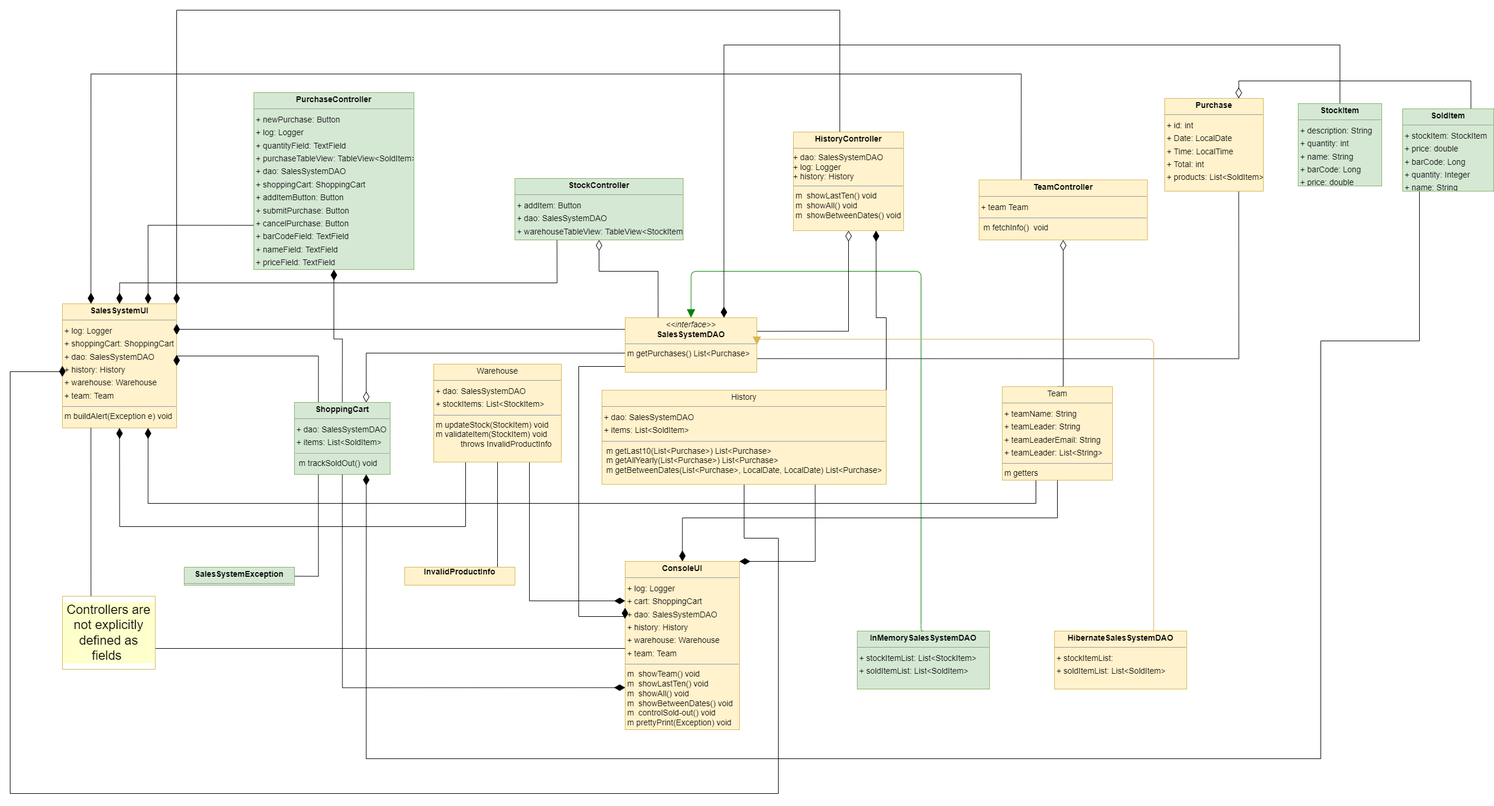
This is domainModel.png from NickPoint/POS-system, a draw.io export, as it was before one commit. Source tidied: cells renumbered, new cells last; positions are measured from the earlier drawing's top-left corner, leaving out a move shared by most shapes.
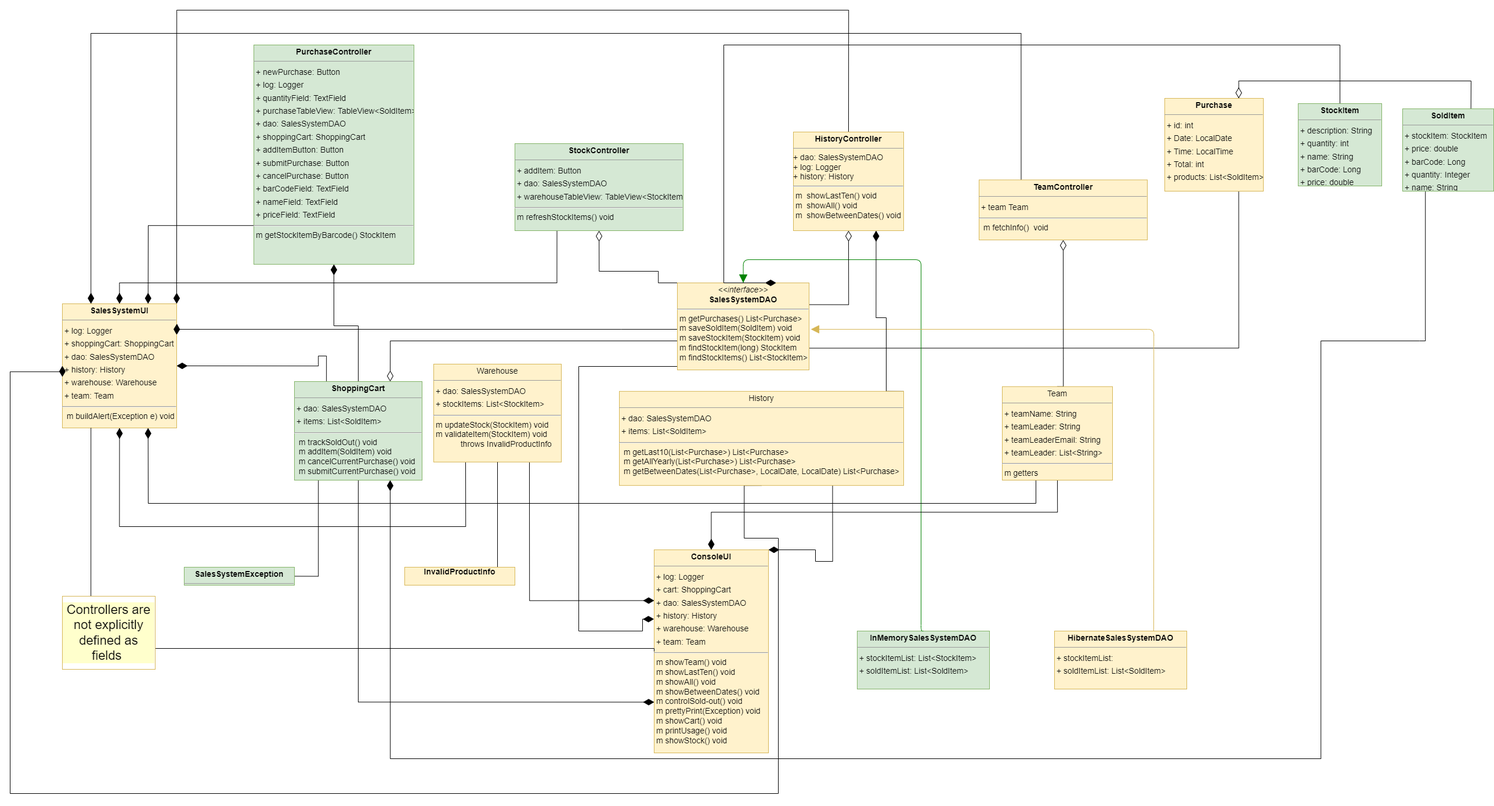
After the change.

Commit message:
Domain model is updated

Diff of the diagram source:
```diff
@@ -4,4 +4,4 @@
     <mxCell id="1" parent="0" />
-    <mxCell id="2" value="&lt;p style=&quot;margin:0px;margin-top:4px;text-align:center;&quot;&gt;&lt;b&gt;ConsoleUI&lt;/b&gt;&lt;/p&gt;&lt;hr size=&quot;1&quot;&gt;&lt;p style=&quot;margin:0 0 0 4px;line-height:1.6;&quot;&gt;+ log: Logger&lt;br&gt;+ cart: ShoppingCart&lt;br&gt;+ dao: SalesSystemDAO&lt;/p&gt;&lt;p style=&quot;margin:0 0 0 4px;line-height:1.6;&quot;&gt;+ history: History&lt;br&gt;+ warehouse: Warehouse&lt;/p&gt;&lt;p style=&quot;margin:0 0 0 4px;line-height:1.6;&quot;&gt;+ t&lt;span style=&quot;background-color: initial;&quot;&gt;eam: Team&lt;/span&gt;&lt;/p&gt;&lt;hr&gt;&amp;nbsp;m&amp;nbsp; showTeam() void&lt;br&gt;&amp;nbsp;m&amp;nbsp; showLastTen() void&lt;br&gt;&amp;nbsp;m&amp;nbsp; showAll() void&lt;br&gt;&amp;nbsp;m&amp;nbsp; showBetweenDates() void&lt;br&gt;&amp;nbsp;m&amp;nbsp; controlSold-out() void&lt;br&gt;&amp;nbsp;m prettyPrint(Exception) void" style="verticalAlign=top;align=left;overflow=fill;fontSize=14;fontFamily=Helvetica;html=1;rounded=0;shadow=0;comic=0;labelBackgroundColor=none;strokeWidth=1;fillColor=#fff2cc;strokeColor=#d6b656;" parent="1" vertex="1">
-      <mxGeometry x="1060" y="950" width="197" height="290" as="geometry" />
+    <mxCell id="2" value="&lt;p style=&quot;margin:0px;margin-top:4px;text-align:center;&quot;&gt;&lt;b&gt;ConsoleUI&lt;/b&gt;&lt;/p&gt;&lt;hr size=&quot;1&quot;&gt;&lt;p style=&quot;margin:0 0 0 4px;line-height:1.6;&quot;&gt;+ log: Logger&lt;br&gt;+ cart: ShoppingCart&lt;br&gt;+ dao: SalesSystemDAO&lt;/p&gt;&lt;p style=&quot;margin:0 0 0 4px;line-height:1.6;&quot;&gt;+ history: History&lt;br&gt;+ warehouse: Warehouse&lt;/p&gt;&lt;p style=&quot;margin:0 0 0 4px;line-height:1.6;&quot;&gt;+ t&lt;span style=&quot;background-color: initial;&quot;&gt;eam: Team&lt;/span&gt;&lt;/p&gt;&lt;hr&gt;&amp;nbsp;m showTeam() void&lt;br&gt;&amp;nbsp;m showLastTen() void&lt;br&gt;&amp;nbsp;m showAll() void&lt;br&gt;&amp;nbsp;m showBetweenDates() void&lt;br&gt;&amp;nbsp;m controlSold-out() void&lt;br&gt;&amp;nbsp;m prettyPrint(Exception) void&lt;br&gt;&amp;nbsp;m showCart() void&lt;br&gt;&amp;nbsp;m printUsage() void&amp;nbsp;&lt;br&gt;&amp;nbsp;m showStock() void" style="verticalAlign=top;align=left;overflow=fill;fontSize=14;fontFamily=Helvetica;html=1;rounded=0;shadow=0;comic=0;labelBackgroundColor=none;strokeWidth=1;fillColor=#fff2cc;strokeColor=#d6b656;" parent="1" vertex="1">
+      <mxGeometry x="1110" y="930" width="197" height="350" as="geometry" />
     </mxCell>
@@ -10,3 +10,3 @@
         <Array as="points">
-          <mxPoint x="1430" />
+          <mxPoint x="1445" />
           <mxPoint x="287" />
@@ -28,4 +28,4 @@
     </mxCell>
-    <mxCell id="7" value="&lt;p style=&quot;margin:0px;margin-top:4px;text-align:center;&quot;&gt;&lt;b&gt;PurchaseController&lt;/b&gt;&lt;/p&gt;&lt;hr size=&quot;1&quot;/&gt;&lt;p style=&quot;margin:0 0 0 4px;line-height:1.6;&quot;&gt;+ newPurchase: Button&lt;br/&gt;+ log: Logger&lt;br/&gt;+ quantityField: TextField&lt;br/&gt;+ purchaseTableView: TableView&amp;lt;SoldItem&amp;gt;&lt;br/&gt;+ dao: SalesSystemDAO&lt;br/&gt;+ shoppingCart: ShoppingCart&lt;br/&gt;+ addItemButton: Button&lt;br/&gt;+ submitPurchase: Button&lt;br/&gt;+ cancelPurchase: Button&lt;br/&gt;+ barCodeField: TextField&lt;br/&gt;+ nameField: TextField&lt;br/&gt;+ priceField: TextField&lt;/p&gt;" style="verticalAlign=top;align=left;overflow=fill;fontSize=14;fontFamily=Helvetica;html=1;rounded=0;shadow=0;comic=0;labelBackgroundColor=none;strokeWidth=1;fillColor=#d5e8d4;strokeColor=#82b366;" parent="1" vertex="1">
-      <mxGeometry x="420" y="142" width="276" height="305" as="geometry" />
+    <mxCell id="7" value="&lt;p style=&quot;margin:0px;margin-top:4px;text-align:center;&quot;&gt;&lt;b&gt;PurchaseController&lt;/b&gt;&lt;/p&gt;&lt;hr size=&quot;1&quot;&gt;&lt;p style=&quot;margin:0 0 0 4px;line-height:1.6;&quot;&gt;+ newPurchase: Button&lt;br&gt;+ log: Logger&lt;br&gt;+ quantityField: TextField&lt;br&gt;+ purchaseTableView: TableView&amp;lt;SoldItem&amp;gt;&lt;br&gt;+ dao: SalesSystemDAO&lt;br&gt;+ shoppingCart: ShoppingCart&lt;br&gt;+ addItemButton: Button&lt;br&gt;+ submitPurchase: Button&lt;br&gt;+ cancelPurchase: Button&lt;br&gt;+ barCodeField: TextField&lt;br&gt;+ nameField: TextField&lt;br&gt;+ priceField: TextField&lt;/p&gt;&lt;hr&gt;&amp;nbsp;m getStockItemByBarcode() StockItem&lt;p style=&quot;margin:0 0 0 4px;line-height:1.6;&quot;&gt;&lt;br&gt;&lt;/p&gt;" style="verticalAlign=top;align=left;overflow=fill;fontSize=14;fontFamily=Helvetica;html=1;rounded=0;shadow=0;comic=0;labelBackgroundColor=none;strokeWidth=1;fillColor=#d5e8d4;strokeColor=#82b366;" parent="1" vertex="1">
+      <mxGeometry x="420" y="60" width="276" height="378" as="geometry" />
     </mxCell>
@@ -41,3 +41,3 @@
     </mxCell>
-    <mxCell id="10" value="&lt;p style=&quot;margin:0px;margin-top:4px;text-align:center;&quot;&gt;&lt;b&gt;SalesSystemUI&lt;/b&gt;&lt;/p&gt;&lt;hr size=&quot;1&quot;&gt;&lt;p style=&quot;margin:0 0 0 4px;line-height:1.6;&quot;&gt;+ log: Logger&lt;br&gt;+ shoppingCart: ShoppingCart&lt;br&gt;+ dao: SalesSystemDAO&lt;/p&gt;&lt;p style=&quot;margin: 0px 0px 0px 4px; line-height: 1.6;&quot;&gt;&lt;span style=&quot;background-color: initial;&quot;&gt;+ history: History&lt;/span&gt;&lt;/p&gt;&lt;p style=&quot;margin: 0px 0px 0px 4px; line-height: 1.6;&quot;&gt;+ warehouse: Warehouse&lt;/p&gt;&lt;p style=&quot;margin: 0px 0px 0px 4px; line-height: 1.6;&quot;&gt;+ team: Team&lt;/p&gt;&lt;hr&gt;&amp;nbsp;m buildAlert(Exception e) void" style="verticalAlign=top;align=left;overflow=fill;fontSize=14;fontFamily=Helvetica;html=1;rounded=0;shadow=0;comic=0;labelBackgroundColor=none;strokeWidth=1;fillColor=#fff2cc;strokeColor=#d6b656;" parent="1" vertex="1">
+    <mxCell id="10" value="&lt;p style=&quot;margin:0px;margin-top:4px;text-align:center;&quot;&gt;&lt;b&gt;SalesSystemUI&lt;/b&gt;&lt;/p&gt;&lt;hr size=&quot;1&quot;&gt;&lt;p style=&quot;margin:0 0 0 4px;line-height:1.6;&quot;&gt;+ log: Logger&lt;br&gt;+ shoppingCart: ShoppingCart&lt;br&gt;+ dao: SalesSystemDAO&lt;/p&gt;&lt;p style=&quot;margin: 0px 0px 0px 4px; line-height: 1.6;&quot;&gt;&lt;span style=&quot;background-color: initial;&quot;&gt;+ history: History&lt;/span&gt;&lt;/p&gt;&lt;p style=&quot;margin: 0px 0px 0px 4px; line-height: 1.6;&quot;&gt;+ warehouse: Warehouse&lt;/p&gt;&lt;p style=&quot;margin: 0px 0px 0px 4px; line-height: 1.6;&quot;&gt;+ team: Team&lt;/p&gt;&lt;hr&gt;&amp;nbsp; m buildAlert(Exception e) void" style="verticalAlign=top;align=left;overflow=fill;fontSize=14;fontFamily=Helvetica;html=1;rounded=0;shadow=0;comic=0;labelBackgroundColor=none;strokeWidth=1;fillColor=#fff2cc;strokeColor=#d6b656;" parent="1" vertex="1">
       <mxGeometry x="90" y="506" width="197" height="214" as="geometry" />
@@ -57,4 +57,4 @@
     </mxCell>
-    <mxCell id="14" value="&lt;p style=&quot;margin:0px;margin-top:4px;text-align:center;&quot;&gt;&lt;b&gt;ShoppingCart&lt;/b&gt;&lt;/p&gt;&lt;hr size=&quot;1&quot;&gt;&lt;p style=&quot;margin:0 0 0 4px;line-height:1.6;&quot;&gt;+ dao: SalesSystemDAO&lt;br&gt;+ items: List&amp;lt;SoldItem&amp;gt;&lt;/p&gt;&lt;hr&gt;&amp;nbsp; m trackSoldOut() void" style="verticalAlign=top;align=left;overflow=fill;fontSize=14;fontFamily=Helvetica;html=1;rounded=0;shadow=0;comic=0;labelBackgroundColor=none;strokeWidth=1;fillColor=#d5e8d4;strokeColor=#82b366;" parent="1" vertex="1">
-      <mxGeometry x="490" y="676" width="165" height="124" as="geometry" />
+    <mxCell id="14" value="&lt;p style=&quot;margin:0px;margin-top:4px;text-align:center;&quot;&gt;&lt;b&gt;ShoppingCart&lt;/b&gt;&lt;/p&gt;&lt;hr size=&quot;1&quot;&gt;&lt;p style=&quot;margin:0 0 0 4px;line-height:1.6;&quot;&gt;+ dao: SalesSystemDAO&lt;br&gt;+ items: List&amp;lt;SoldItem&amp;gt;&lt;/p&gt;&lt;hr&gt;&amp;nbsp; m trackSoldOut() void&lt;br&gt;&amp;nbsp; m addItem(SoldItem) void&lt;br&gt;&amp;nbsp; m cancelCurrentPurchase() void&lt;br&gt;&amp;nbsp; m submitCurrentPurchase() void" style="verticalAlign=top;align=left;overflow=fill;fontSize=14;fontFamily=Helvetica;html=1;rounded=0;shadow=0;comic=0;labelBackgroundColor=none;strokeWidth=1;fillColor=#d5e8d4;strokeColor=#82b366;" parent="1" vertex="1">
+      <mxGeometry x="490" y="640" width="220" height="170" as="geometry" />
     </mxCell>
@@ -84,7 +84,11 @@
     </mxCell>
-    <mxCell id="19" value="&lt;p style=&quot;margin:0px;margin-top:4px;text-align:center;&quot;&gt;&lt;b&gt;StockController&lt;/b&gt;&lt;/p&gt;&lt;hr size=&quot;1&quot;/&gt;&lt;p style=&quot;margin:0 0 0 4px;line-height:1.6;&quot;&gt;+ addItem: Button&lt;br/&gt;+ dao: SalesSystemDAO&lt;br/&gt;+ warehouseTableView: TableView&amp;lt;StockItem&amp;gt;&lt;/p&gt;" style="verticalAlign=top;align=left;overflow=fill;fontSize=14;fontFamily=Helvetica;html=1;rounded=0;shadow=0;comic=0;labelBackgroundColor=none;strokeWidth=1;fillColor=#d5e8d4;strokeColor=#82b366;" parent="1" vertex="1">
-      <mxGeometry x="870" y="290" width="290" height="106" as="geometry" />
+    <mxCell id="19" value="&lt;p style=&quot;margin:0px;margin-top:4px;text-align:center;&quot;&gt;&lt;b&gt;StockController&lt;/b&gt;&lt;/p&gt;&lt;hr size=&quot;1&quot;&gt;&lt;p style=&quot;margin:0 0 0 4px;line-height:1.6;&quot;&gt;+ addItem: Button&lt;br&gt;+ dao: SalesSystemDAO&lt;br&gt;+ warehouseTableView: TableView&amp;lt;StockItem&amp;gt;&lt;/p&gt;&lt;hr&gt;&amp;nbsp;m refreshStockItems() void" style="verticalAlign=top;align=left;overflow=fill;fontSize=14;fontFamily=Helvetica;html=1;rounded=0;shadow=0;comic=0;labelBackgroundColor=none;strokeWidth=1;fillColor=#d5e8d4;strokeColor=#82b366;" parent="1" vertex="1">
+      <mxGeometry x="870" y="230" width="290" height="150" as="geometry" />
     </mxCell>
     <mxCell id="20" style="edgeStyle=orthogonalEdgeStyle;rounded=0;jettySize=auto;html=1;exitX=0.75;exitY=1;exitDx=0;exitDy=0;entryX=1;entryY=0.75;entryDx=0;entryDy=0;strokeColor=#000000;strokeWidth=1;fontSize=22;endArrow=none;endFill=0;endSize=16;" parent="1" edge="1" source="21" target="29">
-      <mxGeometry relative="1" as="geometry" />
+      <mxGeometry relative="1" as="geometry">
+        <Array as="points">
+          <mxPoint x="2118" y="582" />
+        </Array>
+      </mxGeometry>
     </mxCell>
@@ -97,4 +101,4 @@
           <mxPoint x="1570" y="1070" />
-          <mxPoint x="1570" y="450" />
-          <mxPoint x="1174" y="450" />
+          <mxPoint x="1570" y="430" />
+          <mxPoint x="1264" y="430" />
         </Array>
@@ -119,3 +123,4 @@
         <Array as="points">
-          <mxPoint x="614" y="591" />
+          <mxPoint x="1150" y="570" />
+          <mxPoint x="655" y="570" />
         </Array>
@@ -134,4 +139,6 @@
         <Array as="points">
+          <mxPoint x="1207" y="614" />
           <mxPoint x="980" y="614" />
-          <mxPoint x="980" y="1045" />
+          <mxPoint x="980" y="1070" />
+          <mxPoint x="1090" y="1070" />
         </Array>
@@ -139,9 +146,10 @@
     </mxCell>
-    <mxCell id="29" value="&lt;p style=&quot;margin:0px;margin-top:4px;text-align:center;&quot;&gt;&lt;i&gt;&amp;lt;&amp;lt;interface&amp;gt;&amp;gt;&lt;/i&gt;&lt;br&gt;&lt;b&gt;SalesSystemDAO&lt;/b&gt;&lt;/p&gt;&lt;hr&gt;&amp;nbsp;m getPurchases() List&amp;lt;Purchase&amp;gt;" style="verticalAlign=top;align=left;overflow=fill;fontSize=14;fontFamily=Helvetica;html=1;rounded=0;shadow=0;comic=0;labelBackgroundColor=none;strokeWidth=1;fillColor=#fff2cc;strokeColor=#d6b656;" parent="1" vertex="1">
-      <mxGeometry x="1060" y="530" width="227" height="94" as="geometry" />
+    <mxCell id="29" value="&lt;p style=&quot;margin:0px;margin-top:4px;text-align:center;&quot;&gt;&lt;i&gt;&amp;lt;&amp;lt;interface&amp;gt;&amp;gt;&lt;/i&gt;&lt;br&gt;&lt;b&gt;SalesSystemDAO&lt;/b&gt;&lt;/p&gt;&lt;hr&gt;&amp;nbsp;m getPurchases() List&amp;lt;Purchase&amp;gt;&lt;br&gt;&amp;nbsp;m saveSoldItem(SoldItem) void&lt;br&gt;&amp;nbsp;m saveStockItem(StockItem) void&lt;br&gt;&amp;nbsp;m findStockItem(long) StockItem&lt;br&gt;&amp;nbsp;m findStockItems() List&amp;lt;StockItem&amp;gt;" style="verticalAlign=top;align=left;overflow=fill;fontSize=14;fontFamily=Helvetica;html=1;rounded=0;shadow=0;comic=0;labelBackgroundColor=none;strokeWidth=1;fillColor=#fff2cc;strokeColor=#d6b656;" parent="1" vertex="1">
+      <mxGeometry x="1150" y="470" width="227" height="150" as="geometry" />
     </mxCell>
-    <mxCell id="30" style="html=1;rounded=1;edgeStyle=orthogonalEdgeStyle;startArrow=none;endArrow=block;endSize=12;strokeColor=#d6b656;exitX=0.75;exitY=0;exitDx=0;exitDy=0;fillColor=#fff2cc;entryX=1;entryY=0.5;entryDx=0;entryDy=0;" parent="1" edge="1" source="23" target="29">
+    <mxCell id="30" style="html=1;rounded=1;edgeStyle=orthogonalEdgeStyle;startArrow=none;endArrow=block;endSize=12;strokeColor=#d6b656;exitX=0.75;exitY=0;exitDx=0;exitDy=0;fillColor=#fff2cc;" parent="1" edge="1" source="23">
       <mxGeometry relative="1" as="geometry">
+        <mxPoint x="1380" y="550" as="targetPoint" />
         <Array as="points">
-          <mxPoint x="1971" y="567" />
+          <mxPoint x="1971" y="550" />
         </Array>
@@ -163,4 +171,4 @@
         <Array as="points">
-          <mxPoint x="1742" y="110" />
-          <mxPoint x="139" y="110" />
+          <mxPoint x="1743" y="40" />
+          <mxPoint x="139" y="40" />
         </Array>
@@ -178,8 +186,7 @@
     </mxCell>
-    <mxCell id="36" style="edgeStyle=orthogonalEdgeStyle;rounded=0;jettySize=auto;html=1;strokeColor=#000000;strokeWidth=1;fontSize=22;endArrow=none;endFill=0;endSize=16;exitX=1;exitY=0.75;exitDx=0;exitDy=0;" parent="1" edge="1" source="37">
+    <mxCell id="36" style="edgeStyle=orthogonalEdgeStyle;rounded=0;jettySize=auto;html=1;strokeColor=#000000;strokeWidth=1;fontSize=22;endArrow=none;endFill=0;endSize=16;exitX=1;exitY=0.75;exitDx=0;exitDy=0;entryX=0;entryY=0.5;entryDx=0;entryDy=0;" parent="1" edge="1" source="37" target="2">
       <mxGeometry relative="1" as="geometry">
-        <mxPoint x="1060" y="1100" as="targetPoint" />
         <Array as="points">
           <mxPoint x="250" y="1100" />
-          <mxPoint x="1060" y="1100" />
+          <mxPoint x="1110" y="1100" />
         </Array>
@@ -190,8 +197,6 @@
     </mxCell>
-    <mxCell id="38" style="edgeStyle=orthogonalEdgeStyle;rounded=0;jettySize=auto;html=1;exitX=0.75;exitY=1;exitDx=0;exitDy=0;endSize=16;endArrow=diamondThin;endFill=1;" parent="1" edge="1" source="40">
+    <mxCell id="38" style="edgeStyle=orthogonalEdgeStyle;rounded=0;jettySize=auto;html=1;exitX=0.75;exitY=1;exitDx=0;exitDy=0;endSize=16;endArrow=diamondThin;endFill=1;entryX=0;entryY=0.25;entryDx=0;entryDy=0;" parent="1" edge="1" source="40" target="2">
       <mxGeometry relative="1" as="geometry">
-        <mxPoint x="1060" y="1018" as="targetPoint" />
         <Array as="points">
           <mxPoint x="895" y="1018" />
-          <mxPoint x="1060" y="1018" />
         </Array>
@@ -260,3 +265,3 @@
     <mxCell id="48" value="&lt;p style=&quot;margin:0px;margin-top:4px;text-align:center;&quot;&gt;History&lt;/p&gt;&lt;hr size=&quot;1&quot;&gt;&lt;p style=&quot;margin:0 0 0 4px;line-height:1.6;&quot;&gt;+ dao: SalesSystemDAO&lt;br&gt;+ items: List&amp;lt;SoldItem&amp;gt;&lt;/p&gt;&lt;hr&gt;&amp;nbsp; m getLast10(List&amp;lt;Purchase&amp;gt;) List&amp;lt;Purchase&amp;gt;&lt;br&gt;&amp;nbsp; m getAllYearly(List&amp;lt;Purchase&amp;gt;) List&amp;lt;Purchase&amp;gt;&lt;br&gt;&amp;nbsp; m getBetweenDates(List&amp;lt;Purchase&amp;gt;, LocalDate, LocalDate) List&amp;lt;Purchase&amp;gt;" style="verticalAlign=top;align=left;overflow=fill;fontSize=14;fontFamily=Helvetica;html=1;rounded=0;shadow=0;comic=0;labelBackgroundColor=none;strokeWidth=1;fillColor=#fff2cc;strokeColor=#d6b656;" parent="1" vertex="1">
-      <mxGeometry x="1020" y="655" width="490" height="162.2" as="geometry" />
+      <mxGeometry x="1050" y="656.9" width="490" height="162.2" as="geometry" />
     </mxCell>
```
